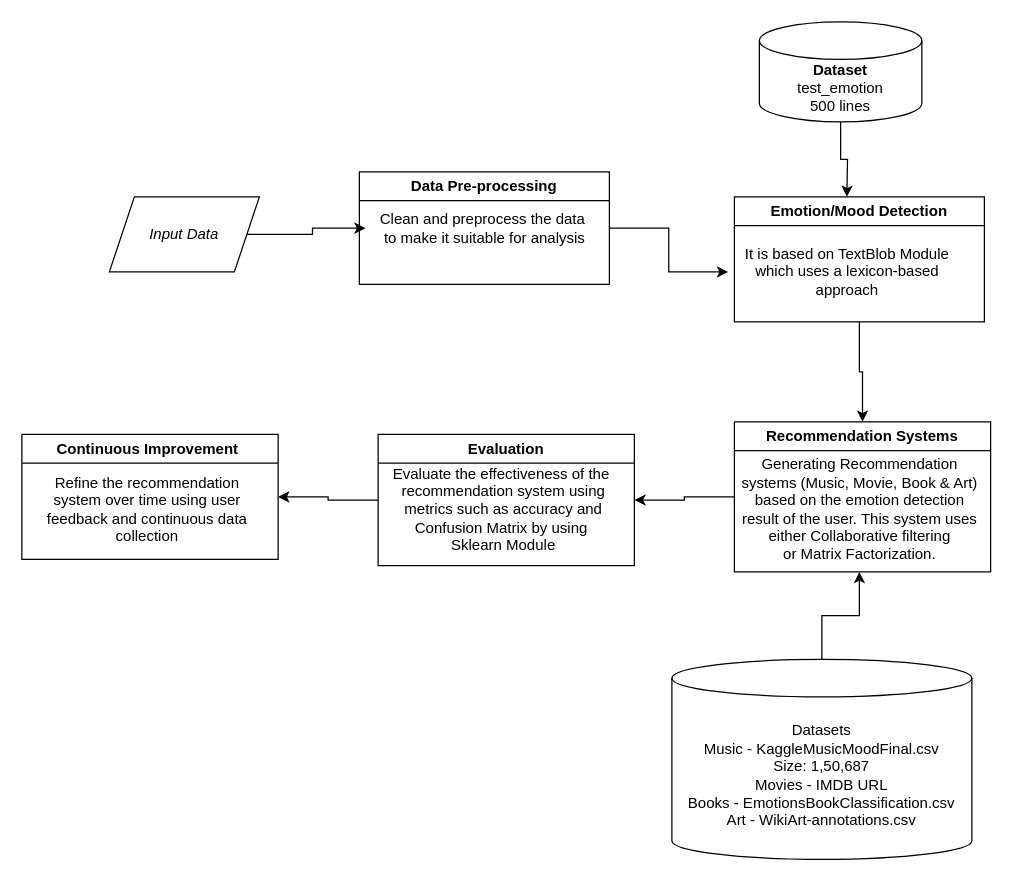
saidhanush4422/Helium-3 keeps this draw.io diagram as First Draft/systemarchi.drawio. Above is the earlier version. Source tidied: cells renumbered, new cells numbered last; positions are measured from the earlier drawing's top-left corner, leaving out a move shared by most shapes. Both pictures are drawn from the tidied source at 125%, with x=0, y=0 at pixel (21, 21).
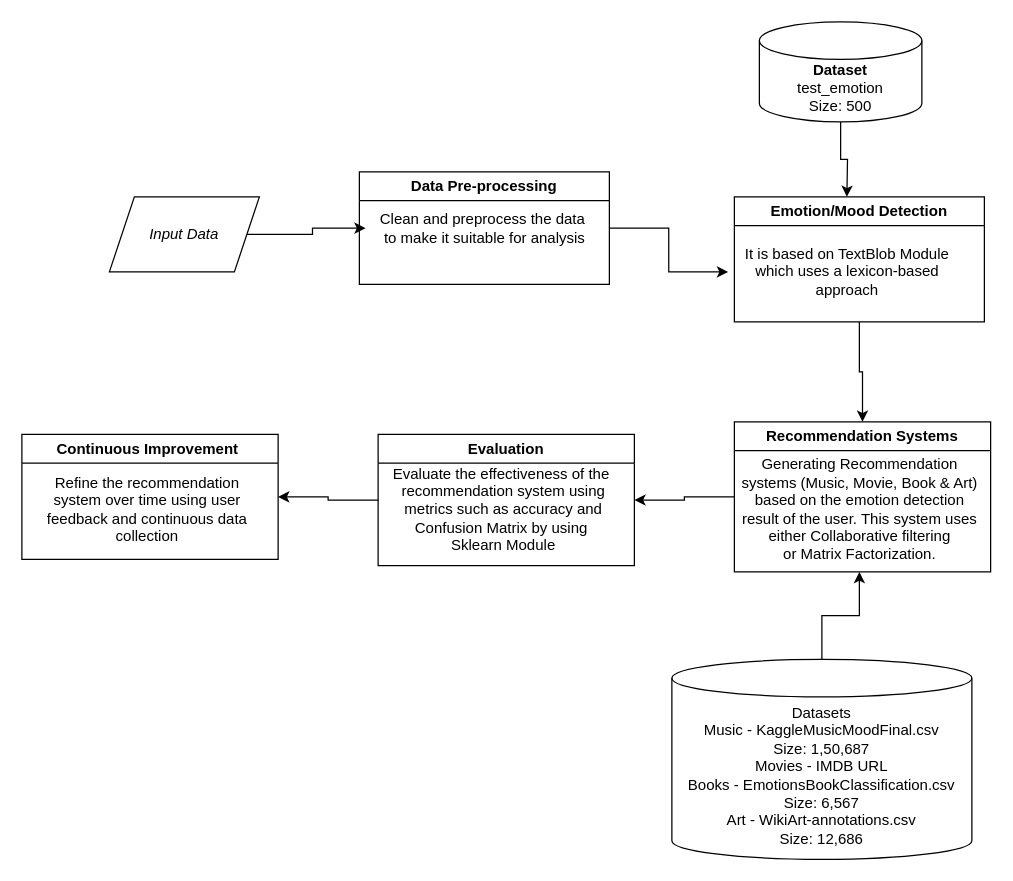
After the change.

Diff of the diagram source:
```diff
@@
-    <mxCell id="19" value="&lt;b&gt;Dataset&lt;/b&gt;&lt;br&gt;test_emotion&lt;br&gt;500 lines" style="shape=cylinder3;whiteSpace=wrap;html=1;boundedLbl=1;backgroundOutline=1;size=15;" parent="1" vertex="1">
+    <mxCell id="19" value="&lt;b&gt;Dataset&lt;/b&gt;&lt;br&gt;test_emotion&lt;br&gt;Size: 500" style="shape=cylinder3;whiteSpace=wrap;html=1;boundedLbl=1;backgroundOutline=1;size=15;" parent="1" vertex="1">
       <mxGeometry x="590" width="130" height="80" as="geometry" />
     </mxCell>
@@
-    <mxCell id="21" value="Datasets&lt;br&gt;Music - KaggleMusicMoodFinal.csv&lt;br&gt;Size: 1,50,687&lt;br&gt;Movies - IMDB URL&lt;br&gt;Books - EmotionsBookClassification.csv&lt;br&gt;Art - WikiArt-annotations.csv" style="shape=cylinder3;whiteSpace=wrap;html=1;boundedLbl=1;backgroundOutline=1;size=15;" parent="1" vertex="1">
+    <mxCell id="21" value="Datasets&lt;br&gt;Music - KaggleMusicMoodFinal.csv&lt;br&gt;Size: 1,50,687&lt;br&gt;Movies - IMDB URL&lt;br&gt;Books - EmotionsBookClassification.csv&lt;br&gt;Size: 6,567&lt;br&gt;Art - WikiArt-annotations.csv&lt;br&gt;Size: 12,686" style="shape=cylinder3;whiteSpace=wrap;html=1;boundedLbl=1;backgroundOutline=1;size=15;" parent="1" vertex="1">
       <mxGeometry x="520" y="510" width="240" height="160" as="geometry" />
     </mxCell>
```
